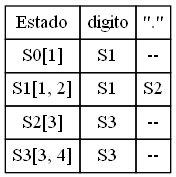
Above: TRANSICIONES_201903004/TransicionesExpresionReg2.png in jona1403/Analizador-de-expresiones-1 (Graphviz), before the change. Its source is kept beside it as TRANSICIONES_201903004/TransicionesExpresionReg2.dot.
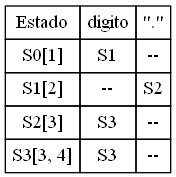
Later version of the same file.

The edit, as a diff of the source:
```diff
@@ -1,4 +1,4 @@
  digraph html {
 abc [shape=none, margin=0, label=<
-<TABLE BORDER="0" CELLBORDER="1" CELLSPACING="0" CELLPADDING="4"><tr><td>Estado</td   ><td>digito</td><td>"."</td></tr><tr><td>S0[1]</td><td>S1</td><td>--</td></tr><tr><td>S1[1, 2]</td><td>S1</td><td>S2</td></tr><tr><td>S2[3]</td><td>S3</td><td>--</td></tr><tr><td>S3[3, 4]</td><td>S3</td><td>--</td></tr></TABLE>>];
+<TABLE BORDER="0" CELLBORDER="1" CELLSPACING="0" CELLPADDING="4"><tr><td>Estado</td   ><td>digito</td><td>"."</td></tr><tr><td>S0[1]</td><td>S1</td><td>--</td></tr><tr><td>S1[2]</td><td>--</td><td>S2</td></tr><tr><td>S2[3]</td><td>S3</td><td>--</td></tr><tr><td>S3[3, 4]</td><td>S3</td><td>--</td></tr></TABLE>>];
 }
```
